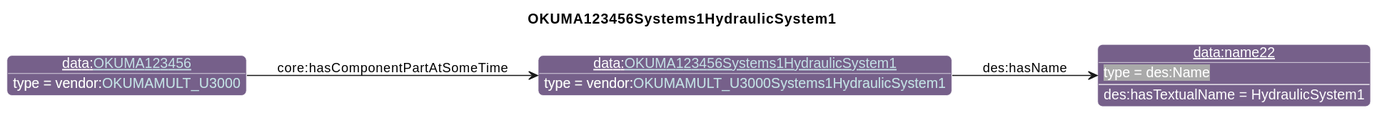
Before: diagrams/OKUMA123456Systems1HydraulicSystem1.svg, a diagram exported from PlantUML (iofoundry/example-syseng-mtconnect).
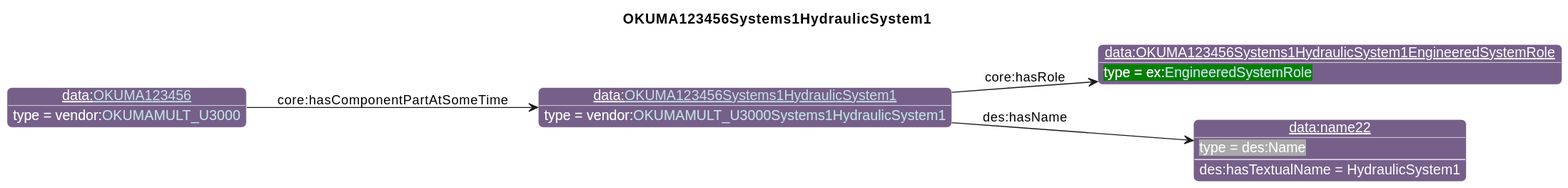
Later version of the same file.

What changed in the source:
```diff
@@ -26,9 +26,11 @@
                       "qp":"641B2E"
       }
 individual(o0, data:[[./OKUMA123456Systems1HydraulicSystem1.html OKUMA123456Systems1HydraulicSystem1]], vendor:[[../OKUMA.html#OKUMAMULT_U3000Systems1HydraulicSystem1 OKUMAMULT_U3000Systems1HydraulicSystem1]])
-individual(o1, data:name22, des:Name)
-individual(o2, data:[[./OKUMA123456.html OKUMA123456]], vendor:[[../OKUMA.html#OKUMAMULT_U3000 OKUMAMULT_U3000]])
-property(o0, "des:hasName", o1)
-data(o1, "des:hasTextualName", "HydraulicSystem1")
-property(o2, "core:hasComponentPartAtSomeTime", o0)
+individual(o1, data:OKUMA123456Systems1HydraulicSystem1EngineeredSystemRole, ex:[[../Example.html#EngineeredSystemRole EngineeredSystemRole]])
+individual(o2, data:name22, des:Name)
+individual(o3, data:[[./OKUMA123456.html OKUMA123456]], vendor:[[../OKUMA.html#OKUMAMULT_U3000 OKUMAMULT_U3000]])
+property(o0, "core:hasRole", o1)
+property(o0, "des:hasName", o2)
+data(o2, "des:hasTextualName", "HydraulicSystem1")
+property(o3, "core:hasComponentPartAtSomeTime", o0)
 @enduml
```
